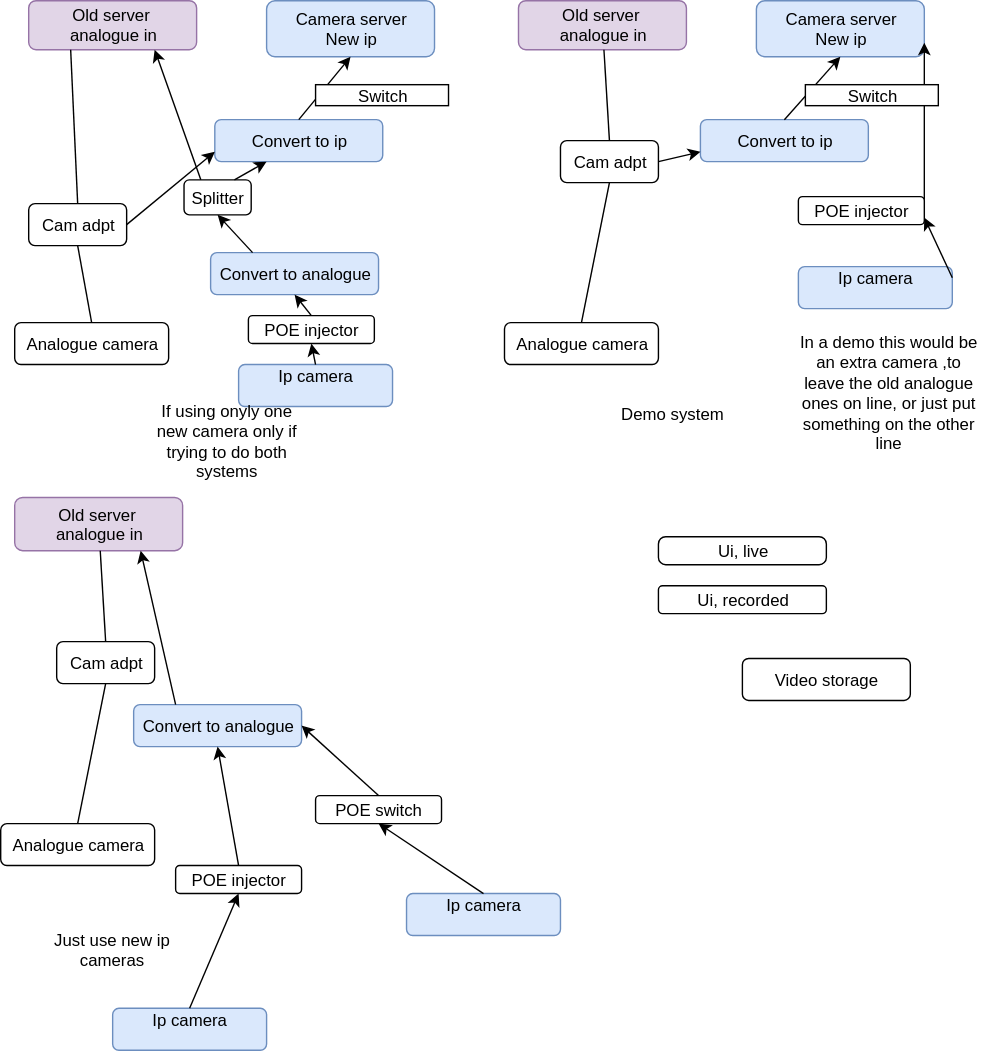
Above: IdeaForCameraSystem.svg in RobinBoswellUK/DrawIO (draw.io), before the change. Source tidied: cells renumbered, new cells last; positions are measured from the earlier drawing's top-left corner, leaving out a move shared by most shapes.
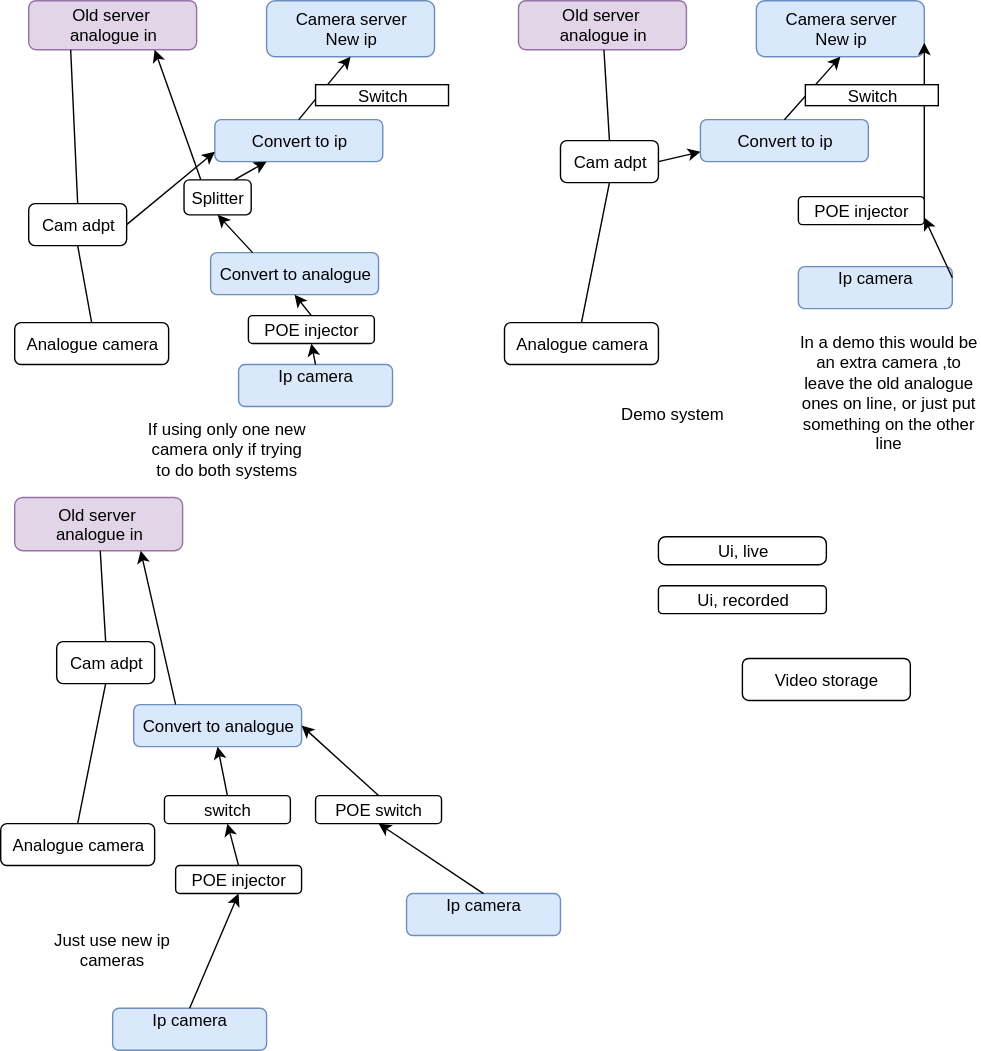
After the commit.

Diff of the diagram source:
```diff
@@ -50,8 +50,8 @@
     <mxCell id="17" style="endArrow=classic;html=1;entryX=0.5;entryY=1;exitX=0.5;exitY=0;" parent="1" edge="1" source="8" target="2">
       <mxGeometry relative="1" as="geometry" />
     </mxCell>
-    <mxCell id="18" value="If using onyly one new camera only if trying to do both systems" style="text;html=1;strokeColor=none;fillColor=none;align=center;verticalAlign=middle;whiteSpace=wrap;" parent="1" vertex="1">
-      <mxGeometry x="102" y="290" width="120" height="50" as="geometry" />
+    <mxCell id="18" value="If using only one new camera only if trying to do both systems" style="text;html=1;strokeColor=none;fillColor=none;align=center;verticalAlign=middle;whiteSpace=wrap;" parent="1" vertex="1">
+      <mxGeometry x="102" y="295" width="120" height="50" as="geometry" />
     </mxCell>
     <mxCell id="19" value="POE injector" style="rounded=1;whiteSpace=wrap;html=1;" parent="1" vertex="1">
       <mxGeometry x="177" y="225" width="90" height="20" as="geometry" />
@@ -131,7 +131,7 @@
     <mxCell id="44" style="endArrow=none;html=1;entryX=0.5;entryY=0;" parent="1" edge="1" source="40" target="43">
       <mxGeometry relative="1" as="geometry" />
     </mxCell>
-    <mxCell id="45" style="endArrow=classic;html=1;entryX=0.5;entryY=1;exitX=0.5;exitY=0;" parent="1" edge="1" source="48" target="41">
+    <mxCell id="45" style="endArrow=classic;html=1;entryX=0.5;entryY=1;exitX=0.5;exitY=0;" parent="1" edge="1" source="57" target="41">
       <mxGeometry relative="1" as="geometry" />
     </mxCell>
     <mxCell id="46" style="endArrow=classic;html=1;entryX=0.75;entryY=1;exitX=0.25;exitY=0;" parent="1" edge="1" source="41" target="40">
@@ -169,5 +169,11 @@
     <mxCell id="56" style="endArrow=classic;html=1;entryX=1;entryY=0.5;exitX=0.5;exitY=0;" parent="1" edge="1" source="54" target="41">
       <mxGeometry relative="1" as="geometry" />
     </mxCell>
+    <mxCell id="57" value="switch" style="rounded=1;whiteSpace=wrap;html=1;" parent="1" vertex="1">
+      <mxGeometry x="117" y="568" width="90" height="20" as="geometry" />
+    </mxCell>
+    <mxCell id="58" style="endArrow=classic;html=1;entryX=0.5;entryY=1;exitX=0.5;exitY=0;" parent="1" edge="1" source="48" target="57">
+      <mxGeometry relative="1" as="geometry" />
+    </mxCell>
   </root>
 </mxGraphModel>
```
